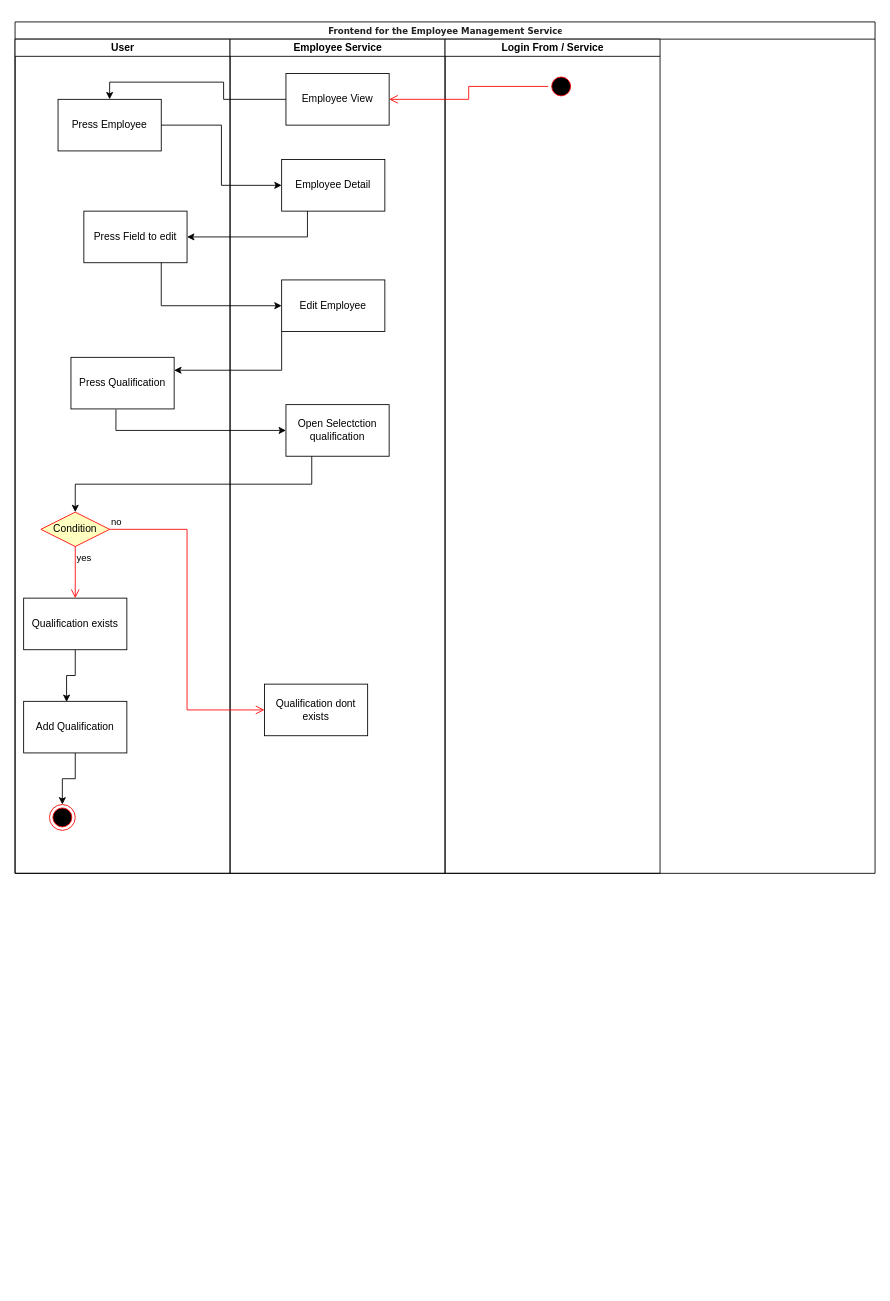
DatPriest/loginProject keeps this draw.io diagram as page "Neue Qualifikation" (2 of 2) of LoginProject.drawio. Above is the earlier version. Source tidied: cells renumbered, new cells numbered last; positions are measured from the earlier drawing's top-left corner, leaving out a move shared by most shapes. Both pictures are drawn from the tidied source at 86%, with x=0, y=0 at pixel (15, 22).
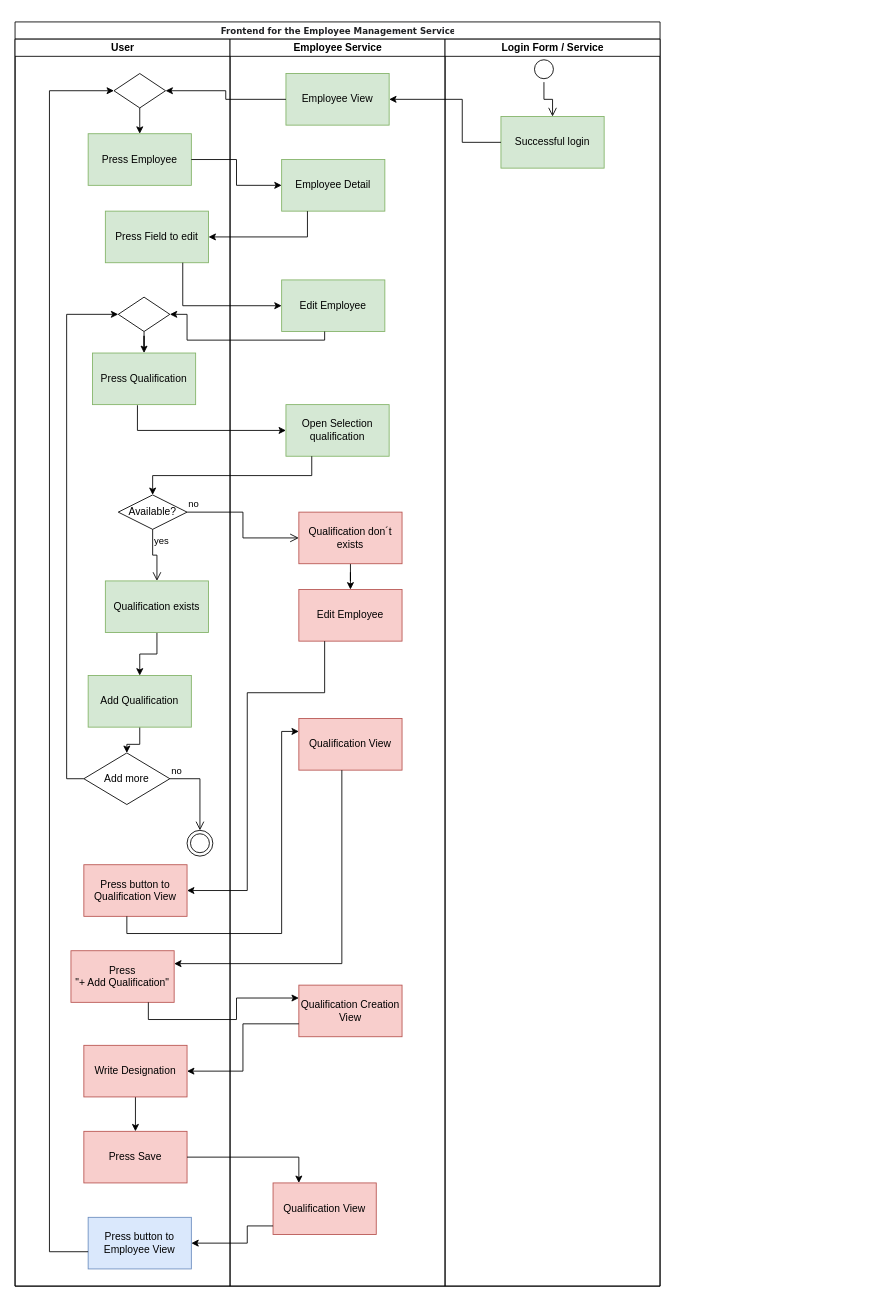
Above is the later version.

Diff of the diagram source:
```diff
@@
     <mxCell id="2" value="&lt;pre class=&quot;tw-data-text tw-text-large tw-ta&quot; id=&quot;tw-target-text&quot; dir=&quot;ltr&quot; style=&quot;line-height: 36px ; border: none ; padding: 2px 0.14em 2px 0px ; position: relative ; margin-top: -2px ; margin-bottom: -2px ; resize: none ; font-family: inherit ; overflow: hidden ; width: 270px ; overflow-wrap: break-word ; color: rgb(32 , 33 , 36)&quot;&gt;&lt;span class=&quot;Y2IQFc&quot; lang=&quot;en&quot;&gt;&lt;font style=&quot;line-height: 2.97 ; font-size: 10px&quot;&gt;Frontend for the Employee Management Service&lt;/font&gt;&lt;/span&gt;&lt;/pre&gt;" style="swimlane;html=1;startSize=20;rounded=0;shadow=0;comic=0;labelBackgroundColor=none;strokeWidth=1;fontFamily=Verdana;fontSize=12;align=center;" parent="1" vertex="1">
-      <mxGeometry width="1000" height="990" as="geometry" />
+      <mxGeometry width="750" height="1470" as="geometry" />
     </mxCell>
     <mxCell id="3" value="User" style="swimlane;html=1;startSize=20;" parent="2" vertex="1">
-      <mxGeometry y="20" width="250" height="970" as="geometry" />
+      <mxGeometry y="20" width="250" height="1450" as="geometry" />
     </mxCell>
@@
-    <mxCell id="6" value="Press Qualification" style="rounded=0;whiteSpace=wrap;html=1;" parent="3" vertex="1">
-      <mxGeometry x="65" y="370" width="120" height="60" as="geometry" />
+    <mxCell id="6" value="Press Qualification" style="rounded=0;whiteSpace=wrap;html=1;fillColor=#d5e8d4;strokeColor=#82b366;" parent="3" vertex="1">
+      <mxGeometry x="90" y="365" width="120" height="60" as="geometry" />
     </mxCell>
-    <mxCell id="7" value="Press Employee" style="rounded=0;whiteSpace=wrap;html=1;" parent="3" vertex="1">
-      <mxGeometry x="50" y="70" width="120" height="60" as="geometry" />
+    <mxCell id="7" value="Press Employee" style="rounded=0;whiteSpace=wrap;html=1;fillColor=#d5e8d4;strokeColor=#82b366;" parent="3" vertex="1">
+      <mxGeometry x="85" y="110" width="120" height="60" as="geometry" />
     </mxCell>
-    <mxCell id="8" value="Press Field to edit" style="rounded=0;whiteSpace=wrap;html=1;" parent="3" vertex="1">
-      <mxGeometry x="80" y="200" width="120" height="60" as="geometry" />
+    <mxCell id="8" value="Press Field to edit" style="rounded=0;whiteSpace=wrap;html=1;fillColor=#d5e8d4;strokeColor=#82b366;" parent="3" vertex="1">
+      <mxGeometry x="105" y="200" width="120" height="60" as="geometry" />
     </mxCell>
-    <mxCell id="9" style="edgeStyle=orthogonalEdgeStyle;rounded=0;jettySize=auto;html=1;entryX=0.416;entryY=0.012;entryDx=0;entryDy=0;entryPerimeter=0;" parent="3" edge="1" source="10" target="12">
+    <mxCell id="9" style="edgeStyle=orthogonalEdgeStyle;rounded=0;jettySize=auto;html=1;entryX=0.5;entryY=0;entryDx=0;entryDy=0;" parent="3" edge="1" source="10" target="12">
       <mxGeometry relative="1" as="geometry" />
     </mxCell>
-    <mxCell id="10" value="Qualification&amp;nbsp;exists" style="rounded=0;whiteSpace=wrap;html=1;" parent="3" vertex="1">
-      <mxGeometry x="10" y="650" width="120" height="60" as="geometry" />
+    <mxCell id="10" value="Qualification&amp;nbsp;exists" style="rounded=0;whiteSpace=wrap;html=1;fillColor=#d5e8d4;strokeColor=#82b366;" parent="3" vertex="1">
+      <mxGeometry x="105" y="630" width="120" height="60" as="geometry" />
     </mxCell>
-    <mxCell id="11" style="edgeStyle=orthogonalEdgeStyle;rounded=0;jettySize=auto;html=1;entryX=0.5;entryY=0;entryDx=0;entryDy=0;" parent="3" edge="1" source="12" target="13">
-      <mxGeometry relative="1" as="geometry" />
-    </mxCell>
-    <mxCell id="12" value="Add Qualification&lt;br&gt;" style="rounded=0;whiteSpace=wrap;html=1;" parent="3" vertex="1">
-      <mxGeometry x="10" y="770" width="120" height="60" as="geometry" />
-    </mxCell>
-    <mxCell id="13" style="ellipse;html=1;shape=endState;fillColor=#000000;strokeColor=#ff0000;" parent="3" vertex="1">
-      <mxGeometry x="40" y="890" width="30" height="30" as="geometry" />
+    <mxCell id="13" style="ellipse;html=1;shape=endState;" parent="3" vertex="1">
+      <mxGeometry x="200" y="920" width="30" height="30" as="geometry" />
     </mxCell>
-    <mxCell id="14" value="Condition" style="rhombus;whiteSpace=wrap;html=1;fillColor=#ffffc0;strokeColor=#ff0000;" parent="3" vertex="1">
-      <mxGeometry x="30" y="550" width="80" height="40" as="geometry" />
+    <mxCell id="14" value="Available?" style="rhombus;whiteSpace=wrap;html=1;" parent="3" vertex="1">
+      <mxGeometry x="120" y="530" width="80" height="40" as="geometry" />
     </mxCell>
-    <mxCell id="15" value="yes" style="edgeStyle=orthogonalEdgeStyle;html=1;align=left;verticalAlign=top;endArrow=open;endSize=8;strokeColor=#ff0000;rounded=0;entryX=0.5;entryY=0;entryDx=0;entryDy=0;" parent="3" edge="1" source="14" target="10">
+    <mxCell id="15" value="yes" style="edgeStyle=orthogonalEdgeStyle;html=1;align=left;verticalAlign=top;endArrow=open;endSize=8;rounded=0;entryX=0.5;entryY=0;entryDx=0;entryDy=0;" parent="3" edge="1" source="14" target="10">
       <mxGeometry x="-1" relative="1" as="geometry" />
     </mxCell>
+    <mxCell id="33" style="edgeStyle=orthogonalEdgeStyle;rounded=0;jettySize=auto;html=1;entryX=0.5;entryY=0;entryDx=0;entryDy=0;" parent="3" edge="1" source="12" target="35">
+      <mxGeometry relative="1" as="geometry" />
+    </mxCell>
+    <mxCell id="12" value="&lt;span&gt;Add Qualification&lt;/span&gt;" style="rounded=0;whiteSpace=wrap;html=1;fillColor=#d5e8d4;strokeColor=#82b366;" parent="3" vertex="1">
+      <mxGeometry x="85" y="740" width="120" height="60" as="geometry" />
+    </mxCell>
+    <mxCell id="34" style="edgeStyle=orthogonalEdgeStyle;rounded=0;jettySize=auto;html=1;entryX=0;entryY=0.5;entryDx=0;entryDy=0;fontColor=#000000;" parent="3" edge="1" source="35" target="41">
+      <mxGeometry relative="1" as="geometry">
+        <Array as="points">
+          <mxPoint x="60" y="860" />
+          <mxPoint x="60" y="320" />
+        </Array>
+      </mxGeometry>
+    </mxCell>
+    <mxCell id="35" value="Add more" style="rhombus;whiteSpace=wrap;html=1;" parent="3" vertex="1">
+      <mxGeometry x="80" y="830" width="100" height="60" as="geometry" />
+    </mxCell>
+    <mxCell id="36" value="no" style="edgeStyle=orthogonalEdgeStyle;html=1;align=left;verticalAlign=bottom;endArrow=open;endSize=8;rounded=0;entryX=0.5;entryY=0;entryDx=0;entryDy=0;" parent="3" edge="1" source="35" target="13">
+      <mxGeometry x="-1" relative="1" as="geometry" />
+    </mxCell>
+    <mxCell id="37" value="Press button to Qualification View" style="rounded=0;whiteSpace=wrap;html=1;fillColor=#f8cecc;strokeColor=#b85450;" parent="3" vertex="1">
+      <mxGeometry x="80" y="960" width="120" height="60" as="geometry" />
+    </mxCell>
+    <mxCell id="38" value="Press &lt;br&gt;&quot;+ Add Qualification&quot;" style="rounded=0;whiteSpace=wrap;html=1;fillColor=#f8cecc;strokeColor=#b85450;" parent="3" vertex="1">
+      <mxGeometry x="65" y="1060" width="120" height="60" as="geometry" />
+    </mxCell>
+    <mxCell id="39" value="Press Save" style="rounded=0;whiteSpace=wrap;html=1;fillColor=#f8cecc;strokeColor=#b85450;" parent="3" vertex="1">
+      <mxGeometry x="80" y="1270" width="120" height="60" as="geometry" />
+    </mxCell>
+    <mxCell id="40" style="edgeStyle=orthogonalEdgeStyle;rounded=0;jettySize=auto;html=1;entryX=0.5;entryY=0;entryDx=0;entryDy=0;fontColor=#000000;" parent="3" edge="1" source="41" target="6">
+      <mxGeometry relative="1" as="geometry" />
+    </mxCell>
+    <mxCell id="41" style="rhombus;whiteSpace=wrap;html=1;" parent="3" vertex="1">
+      <mxGeometry x="120" y="300" width="60" height="40" as="geometry" />
+    </mxCell>
+    <mxCell id="42" style="edgeStyle=orthogonalEdgeStyle;rounded=0;jettySize=auto;html=1;exitX=0.5;exitY=1;exitDx=0;exitDy=0;entryX=0.5;entryY=0;entryDx=0;entryDy=0;fontColor=#000000;" parent="3" edge="1" source="43" target="7">
+      <mxGeometry relative="1" as="geometry" />
+    </mxCell>
+    <mxCell id="43" style="rhombus;whiteSpace=wrap;html=1;" parent="3" vertex="1">
+      <mxGeometry x="115" y="40" width="60" height="40" as="geometry" />
+    </mxCell>
+    <mxCell id="44" value="Press button to Employee View" style="rounded=0;whiteSpace=wrap;html=1;fillColor=#dae8fc;strokeColor=#6c8ebf;" parent="3" vertex="1">
+      <mxGeometry x="85" y="1370" width="120" height="60" as="geometry" />
+    </mxCell>
+    <mxCell id="45" style="edgeStyle=orthogonalEdgeStyle;rounded=0;jettySize=auto;html=1;entryX=0;entryY=0.5;entryDx=0;entryDy=0;fontColor=#000000;" parent="3" edge="1" source="44" target="43">
+      <mxGeometry relative="1" as="geometry">
+        <Array as="points">
+          <mxPoint x="40" y="1410" />
+          <mxPoint x="40" y="60" />
+        </Array>
+      </mxGeometry>
+    </mxCell>
+    <mxCell id="46" style="edgeStyle=orthogonalEdgeStyle;rounded=0;jettySize=auto;html=1;entryX=0.5;entryY=0;entryDx=0;entryDy=0;fontColor=#000000;" parent="3" edge="1" source="47" target="39">
+      <mxGeometry relative="1" as="geometry" />
+    </mxCell>
+    <mxCell id="47" value="Write Designation" style="rounded=0;whiteSpace=wrap;html=1;fillColor=#f8cecc;strokeColor=#b85450;" parent="3" vertex="1">
+      <mxGeometry x="80" y="1170" width="120" height="60" as="geometry" />
+    </mxCell>
     <mxCell id="16" value="Employee Service" style="swimlane;html=1;startSize=20;" parent="2" vertex="1">
-      <mxGeometry x="250" y="20" width="250" height="970" as="geometry" />
+      <mxGeometry x="250" y="20" width="250" height="1450" as="geometry" />
     </mxCell>
-    <mxCell id="17" value="Employee View" style="rounded=0;whiteSpace=wrap;html=1;" parent="16" vertex="1">
+    <mxCell id="17" value="Employee View" style="rounded=0;whiteSpace=wrap;html=1;fillColor=#d5e8d4;strokeColor=#82b366;" parent="16" vertex="1">
       <mxGeometry x="65" y="40" width="120" height="60" as="geometry" />
     </mxCell>
-    <mxCell id="18" value="Employee Detail" style="rounded=0;whiteSpace=wrap;html=1;" parent="16" vertex="1">
+    <mxCell id="18" value="Employee Detail" style="rounded=0;whiteSpace=wrap;html=1;fillColor=#d5e8d4;strokeColor=#82b366;" parent="16" vertex="1">
       <mxGeometry x="60" y="140" width="120" height="60" as="geometry" />
     </mxCell>
-    <mxCell id="19" value="Edit Employee" style="rounded=0;whiteSpace=wrap;html=1;" parent="16" vertex="1">
+    <mxCell id="19" value="Edit Employee" style="rounded=0;whiteSpace=wrap;html=1;fillColor=#d5e8d4;strokeColor=#82b366;" parent="16" vertex="1">
       <mxGeometry x="60" y="280" width="120" height="60" as="geometry" />
     </mxCell>
-    <mxCell id="20" value="Open Selectction qualification" style="rounded=0;whiteSpace=wrap;html=1;" parent="16" vertex="1">
+    <mxCell id="20" value="Open Selection qualification" style="rounded=0;whiteSpace=wrap;html=1;fillColor=#d5e8d4;strokeColor=#82b366;" parent="16" vertex="1">
       <mxGeometry x="65" y="425" width="120" height="60" as="geometry" />
     </mxCell>
+    <mxCell id="48" style="edgeStyle=orthogonalEdgeStyle;rounded=0;jettySize=auto;html=1;fontColor=#000000;" parent="16" edge="1" source="21" target="49">
+      <mxGeometry relative="1" as="geometry" />
+    </mxCell>
-    <mxCell id="21" value="&lt;span&gt;Qualification dont exists&lt;/span&gt;" style="rounded=0;whiteSpace=wrap;html=1;" parent="16" vertex="1">
-      <mxGeometry x="40" y="750" width="120" height="60" as="geometry" />
+    <mxCell id="21" value="&lt;span&gt;Qualification don´t exists&lt;/span&gt;" style="rounded=0;whiteSpace=wrap;html=1;fillColor=#f8cecc;strokeColor=#b85450;" parent="16" vertex="1">
+      <mxGeometry x="80" y="550" width="120" height="60" as="geometry" />
     </mxCell>
+    <mxCell id="49" value="Edit Employee" style="rounded=0;whiteSpace=wrap;html=1;fillColor=#f8cecc;strokeColor=#b85450;" parent="16" vertex="1">
+      <mxGeometry x="80" y="640" width="120" height="60" as="geometry" />
+    </mxCell>
+    <mxCell id="50" value="Qualification View" style="rounded=0;whiteSpace=wrap;html=1;fillColor=#f8cecc;strokeColor=#b85450;" parent="16" vertex="1">
+      <mxGeometry x="80" y="790" width="120" height="60" as="geometry" />
+    </mxCell>
+    <mxCell id="51" value="Qualification Creation View" style="rounded=0;whiteSpace=wrap;html=1;fillColor=#f8cecc;strokeColor=#b85450;" parent="16" vertex="1">
+      <mxGeometry x="80" y="1100" width="120" height="60" as="geometry" />
+    </mxCell>
+    <mxCell id="52" value="Qualification View" style="rounded=0;whiteSpace=wrap;html=1;fillColor=#f8cecc;strokeColor=#b85450;" parent="16" vertex="1">
+      <mxGeometry x="50" y="1330" width="120" height="60" as="geometry" />
+    </mxCell>
-    <mxCell id="22" value="Login From / Service" style="swimlane;html=1;startSize=20;" parent="2" vertex="1">
-      <mxGeometry x="500" y="20" width="250" height="970" as="geometry" />
+    <mxCell id="22" value="Login Form / Service" style="swimlane;html=1;startSize=20;" parent="2" vertex="1">
+      <mxGeometry x="500" y="20" width="250" height="1450" as="geometry" />
     </mxCell>
-    <mxCell id="23" style="ellipse;html=1;shape=startState;fillColor=#000000;strokeColor=#ff0000;" parent="22" vertex="1">
-      <mxGeometry x="120" y="40" width="30" height="30" as="geometry" />
+    <mxCell id="23" style="ellipse;html=1;shape=startState;" parent="22" vertex="1">
+      <mxGeometry x="100" y="20" width="30" height="30" as="geometry" />
     </mxCell>
-    <mxCell id="24" style="edgeStyle=orthogonalEdgeStyle;rounded=0;jettySize=auto;html=1;entryX=0;entryY=0.5;entryDx=0;entryDy=0;" parent="2" edge="1" source="7" target="18">
-      <mxGeometry relative="1" as="geometry" />
-    </mxCell>
+    <mxCell id="53" value="Successful login" style="rounded=0;whiteSpace=wrap;html=1;fillColor=#d5e8d4;strokeColor=#82b366;" parent="22" vertex="1">
+      <mxGeometry x="65" y="90" width="120" height="60" as="geometry" />
+    </mxCell>
+    <mxCell id="30" style="edgeStyle=orthogonalEdgeStyle;html=1;verticalAlign=bottom;endArrow=open;endSize=8;rounded=0;entryX=0.5;entryY=0;entryDx=0;entryDy=0;" parent="22" edge="1" source="23" target="53">
+      <mxGeometry relative="1" as="geometry" />
+    </mxCell>
@@
-    <mxCell id="27" style="edgeStyle=orthogonalEdgeStyle;rounded=0;jettySize=auto;html=1;exitX=0;exitY=1;exitDx=0;exitDy=0;entryX=1;entryY=0.25;entryDx=0;entryDy=0;" parent="2" edge="1" source="19" target="6">
-      <mxGeometry relative="1" as="geometry" />
+    <mxCell id="27" style="edgeStyle=orthogonalEdgeStyle;rounded=0;jettySize=auto;html=1;entryX=1;entryY=0.5;entryDx=0;entryDy=0;" parent="2" edge="1" target="41">
+      <mxGeometry relative="1" as="geometry">
+        <mxPoint x="360" y="360" as="sourcePoint" />
+        <Array as="points">
+          <mxPoint x="360" y="370" />
+          <mxPoint x="200" y="370" />
+          <mxPoint x="200" y="340" />
+        </Array>
+      </mxGeometry>
     </mxCell>
@@
-    <mxCell id="30" style="edgeStyle=orthogonalEdgeStyle;html=1;verticalAlign=bottom;endArrow=open;endSize=8;strokeColor=#ff0000;rounded=0;entryX=1;entryY=0.5;entryDx=0;entryDy=0;" parent="2" edge="1" source="23" target="17">
-      <mxGeometry relative="1" as="geometry" />
-    </mxCell>
-    <mxCell id="31" style="edgeStyle=orthogonalEdgeStyle;rounded=0;jettySize=auto;html=1;entryX=0.5;entryY=0;entryDx=0;entryDy=0;" parent="2" edge="1" source="17" target="7">
-      <mxGeometry relative="1" as="geometry" />
-    </mxCell>
-    <mxCell id="32" value="no" style="edgeStyle=orthogonalEdgeStyle;html=1;align=left;verticalAlign=bottom;endArrow=open;endSize=8;strokeColor=#ff0000;rounded=0;entryX=0;entryY=0.5;entryDx=0;entryDy=0;" parent="2" edge="1" source="14" target="21">
+    <mxCell id="32" value="no" style="edgeStyle=orthogonalEdgeStyle;html=1;align=left;verticalAlign=bottom;endArrow=open;endSize=8;rounded=0;entryX=0;entryY=0.5;entryDx=0;entryDy=0;" parent="2" edge="1" source="14" target="21">
       <mxGeometry x="-1" relative="1" as="geometry" />
     </mxCell>
+    <mxCell id="54" style="edgeStyle=orthogonalEdgeStyle;rounded=0;jettySize=auto;html=1;entryX=1;entryY=0.5;entryDx=0;entryDy=0;" parent="2" edge="1" source="53" target="17">
+      <mxGeometry relative="1" as="geometry">
+        <Array as="points">
+          <mxPoint x="520" y="140" />
+          <mxPoint x="520" y="90" />
+        </Array>
+      </mxGeometry>
+    </mxCell>
+    <mxCell id="55" style="edgeStyle=orthogonalEdgeStyle;rounded=0;jettySize=auto;html=1;fontColor=#000000;exitX=0.25;exitY=1;exitDx=0;exitDy=0;entryX=1;entryY=0.5;entryDx=0;entryDy=0;" parent="2" edge="1" source="49" target="37">
+      <mxGeometry relative="1" as="geometry">
+        <Array as="points">
+          <mxPoint x="360" y="780" />
+          <mxPoint x="270" y="780" />
+          <mxPoint x="270" y="1010" />
+        </Array>
+      </mxGeometry>
+    </mxCell>
+    <mxCell id="56" style="edgeStyle=orthogonalEdgeStyle;rounded=0;jettySize=auto;html=1;entryX=0;entryY=0.25;entryDx=0;entryDy=0;fontColor=#000000;" parent="2" edge="1" source="37" target="50">
+      <mxGeometry relative="1" as="geometry">
+        <Array as="points">
+          <mxPoint x="130" y="1060" />
+          <mxPoint x="310" y="1060" />
+          <mxPoint x="310" y="825" />
+        </Array>
+      </mxGeometry>
+    </mxCell>
+    <mxCell id="57" style="edgeStyle=orthogonalEdgeStyle;rounded=0;jettySize=auto;html=1;fontColor=#000000;entryX=1;entryY=0.25;entryDx=0;entryDy=0;" parent="2" edge="1" source="50" target="38">
+      <mxGeometry relative="1" as="geometry">
+        <Array as="points">
+          <mxPoint x="380" y="1095" />
+        </Array>
+      </mxGeometry>
+    </mxCell>
+    <mxCell id="58" style="edgeStyle=orthogonalEdgeStyle;rounded=0;jettySize=auto;html=1;entryX=0;entryY=0.25;entryDx=0;entryDy=0;fontColor=#000000;exitX=0.75;exitY=1;exitDx=0;exitDy=0;" parent="2" edge="1" source="38" target="51">
+      <mxGeometry relative="1" as="geometry" />
+    </mxCell>
+    <mxCell id="59" style="edgeStyle=orthogonalEdgeStyle;rounded=0;jettySize=auto;html=1;entryX=1;entryY=0.5;entryDx=0;entryDy=0;fontColor=#000000;" parent="2" edge="1" source="17" target="43">
+      <mxGeometry relative="1" as="geometry" />
+    </mxCell>
+    <mxCell id="24" style="edgeStyle=orthogonalEdgeStyle;rounded=0;jettySize=auto;html=1;entryX=0;entryY=0.5;entryDx=0;entryDy=0;fontColor=#000000;" parent="2" edge="1" source="7" target="18">
+      <mxGeometry relative="1" as="geometry" />
+    </mxCell>
+    <mxCell id="60" style="edgeStyle=orthogonalEdgeStyle;rounded=0;jettySize=auto;html=1;entryX=1;entryY=0.5;entryDx=0;entryDy=0;fontColor=#000000;" parent="2" edge="1" source="52" target="44">
+      <mxGeometry relative="1" as="geometry">
+        <Array as="points">
+          <mxPoint x="270" y="1400" />
+          <mxPoint x="270" y="1420" />
+        </Array>
+      </mxGeometry>
+    </mxCell>
+    <mxCell id="61" style="edgeStyle=orthogonalEdgeStyle;rounded=0;jettySize=auto;html=1;exitX=0;exitY=0.75;exitDx=0;exitDy=0;entryX=1;entryY=0.5;entryDx=0;entryDy=0;fontColor=#000000;" parent="2" edge="1" source="51" target="47">
+      <mxGeometry relative="1" as="geometry" />
+    </mxCell>
+    <mxCell id="62" style="edgeStyle=orthogonalEdgeStyle;rounded=0;jettySize=auto;html=1;entryX=0.25;entryY=0;entryDx=0;entryDy=0;fontColor=#000000;" parent="2" edge="1" source="39" target="52">
+      <mxGeometry relative="1" as="geometry" />
+    </mxCell>
```
